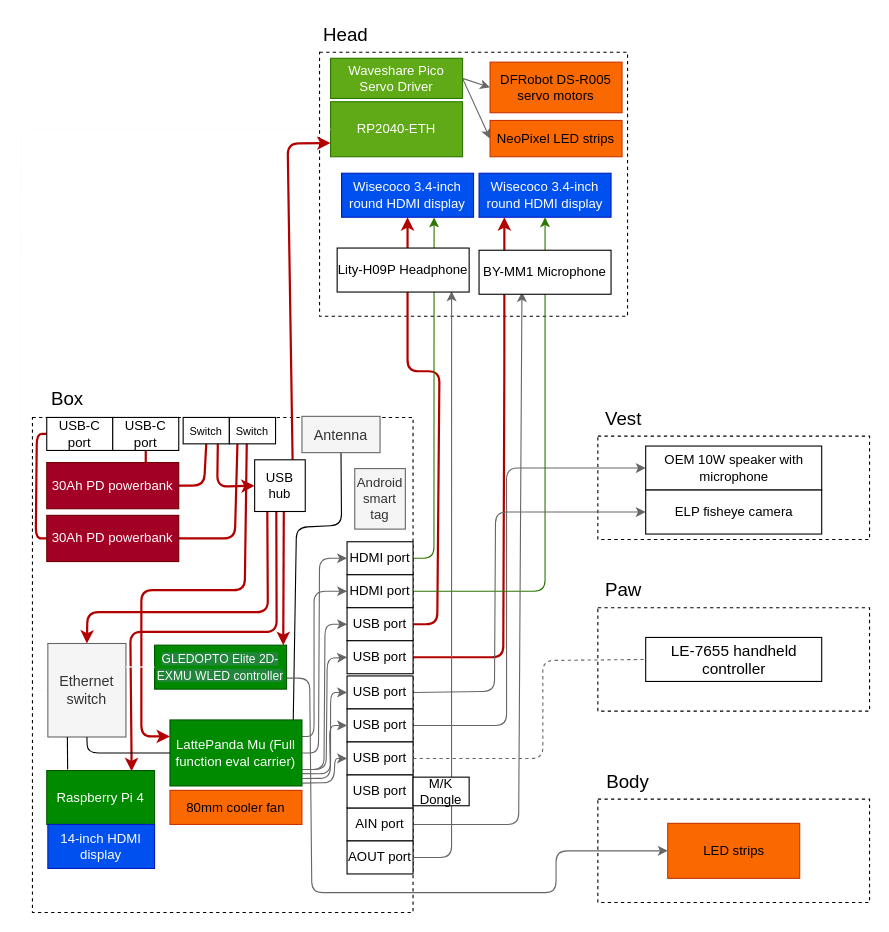
Above: Planning/Hardware.drawio in MekhyW/DYNAMO2-Electronic-Fursuit-3.0 (draw.io), before the change. Source tidied: cells renumbered, new cells numbered last; positions are measured from the earlier drawing's top-left corner, leaving out a move shared by most shapes. Both pictures are drawn from the tidied source at 110%, with x=0, y=0 at pixel (19, 19).
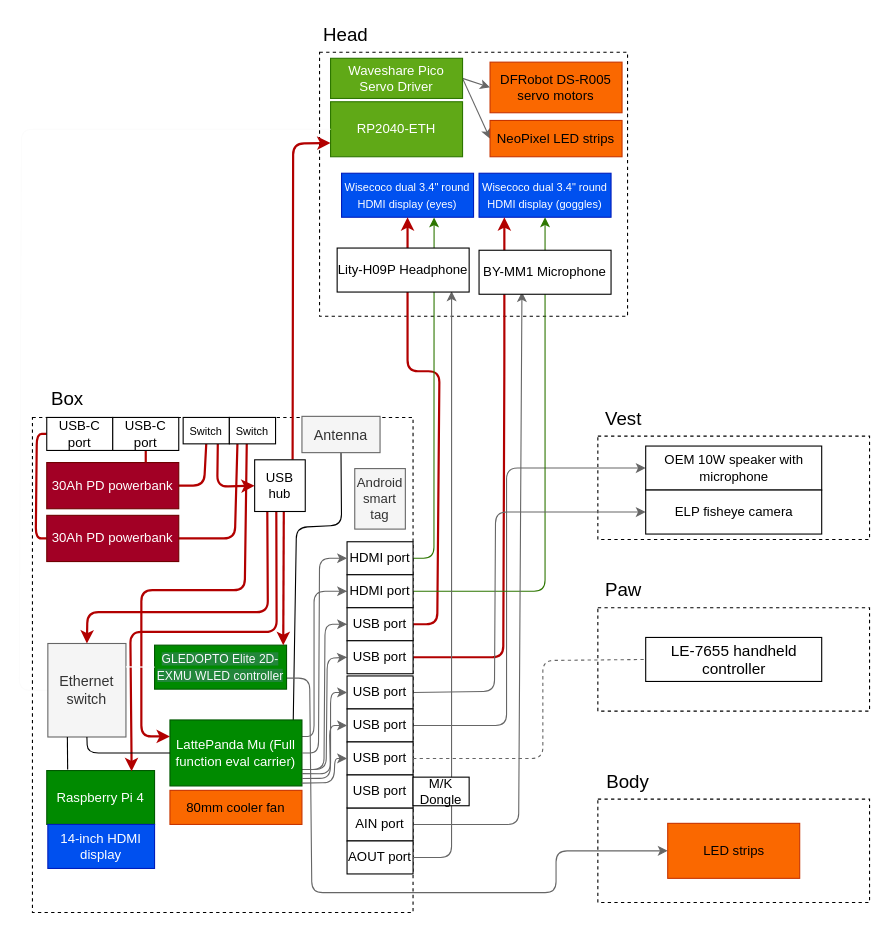
The same page after the edit.

The change refers to these unchanged cells:
```xml
<mxCell id="6" value="RP2040-ETH" style="rounded=0;whiteSpace=wrap;html=1;fillColor=#60a917;fontColor=#ffffff;strokeColor=#2D7600;" parent="1" vertex="1">
  <mxGeometry x="283" y="75" width="120" height="50" as="geometry" />
</mxCell>
<mxCell id="69" value="USB hub" style="rounded=0;whiteSpace=wrap;html=1;" parent="1" vertex="1">
  <mxGeometry x="214" y="400.5" width="46" height="47" as="geometry" />
</mxCell>
```

Change to the diagram source:
```diff
@@
-    <mxCell id="8" value="Wisecoco 3.4-inch round HDMI display" style="rounded=0;whiteSpace=wrap;html=1;fillColor=#0050ef;fontColor=#ffffff;strokeColor=#001DBC;" parent="1" vertex="1">
+    <mxCell id="8" value="&lt;span style=&quot;font-size: 10px;&quot;&gt;Wisecoco dual 3.4&quot; round HDMI display (goggles)&lt;/span&gt;" style="rounded=0;whiteSpace=wrap;html=1;fillColor=#0050ef;fontColor=#ffffff;strokeColor=#001DBC;" parent="1" vertex="1">
       <mxGeometry x="418" y="140" width="120" height="40" as="geometry" />
     </mxCell>
@@
-    <mxCell id="21" value="Wisecoco 3.4-inch round HDMI display" style="rounded=0;whiteSpace=wrap;html=1;fillColor=#0050ef;fontColor=#ffffff;strokeColor=#001DBC;" parent="1" vertex="1">
+    <mxCell id="21" value="&lt;font style=&quot;font-size: 10px;&quot;&gt;Wisecoco dual 3.4&quot; round HDMI display (eyes)&lt;/font&gt;" style="rounded=0;whiteSpace=wrap;html=1;fillColor=#0050ef;fontColor=#ffffff;strokeColor=#001DBC;" parent="1" vertex="1">
       <mxGeometry x="293" y="140" width="120" height="40" as="geometry" />
     </mxCell>
@@
     <mxCell id="45" style="edgeStyle=none;html=1;exitX=0.75;exitY=0;exitDx=0;exitDy=0;entryX=0;entryY=0.75;entryDx=0;entryDy=0;endArrow=classic;endFill=1;strokeColor=#B20000;strokeWidth=2;" parent="1" edge="1" source="69" target="6">
       <mxGeometry relative="1" as="geometry">
         <Array as="points">
-          <mxPoint x="244" y="113" />
+          <mxPoint x="249" y="113" />
         </Array>
       </mxGeometry>
     </mxCell>
```
